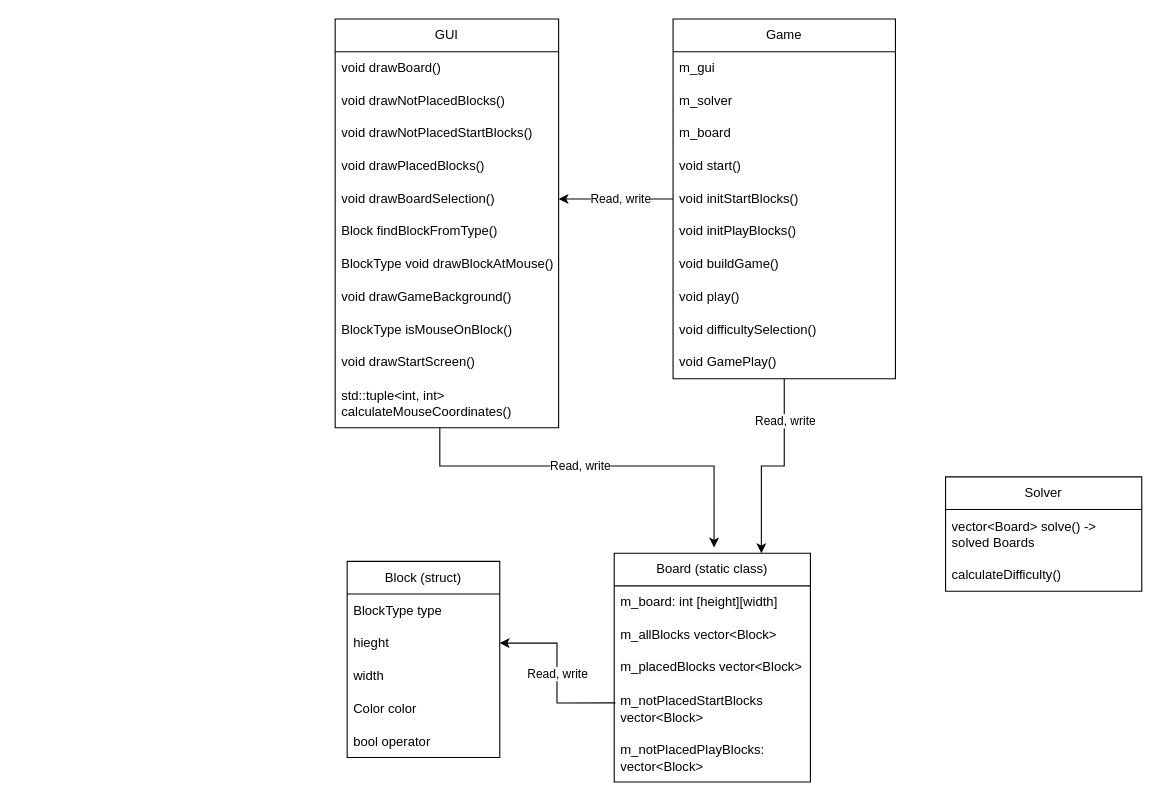
This is UML-Diagramm.drawio from philippgehrig/Mondrian-Blocks, a draw.io file, before an edit. Source tidied: cells renumbered, new cells numbered last; positions are measured from the earlier drawing's top-left corner, leaving out a move shared by most shapes. Both pictures are drawn from the tidied source at 109%, with x=0, y=0 at pixel (335, 19).
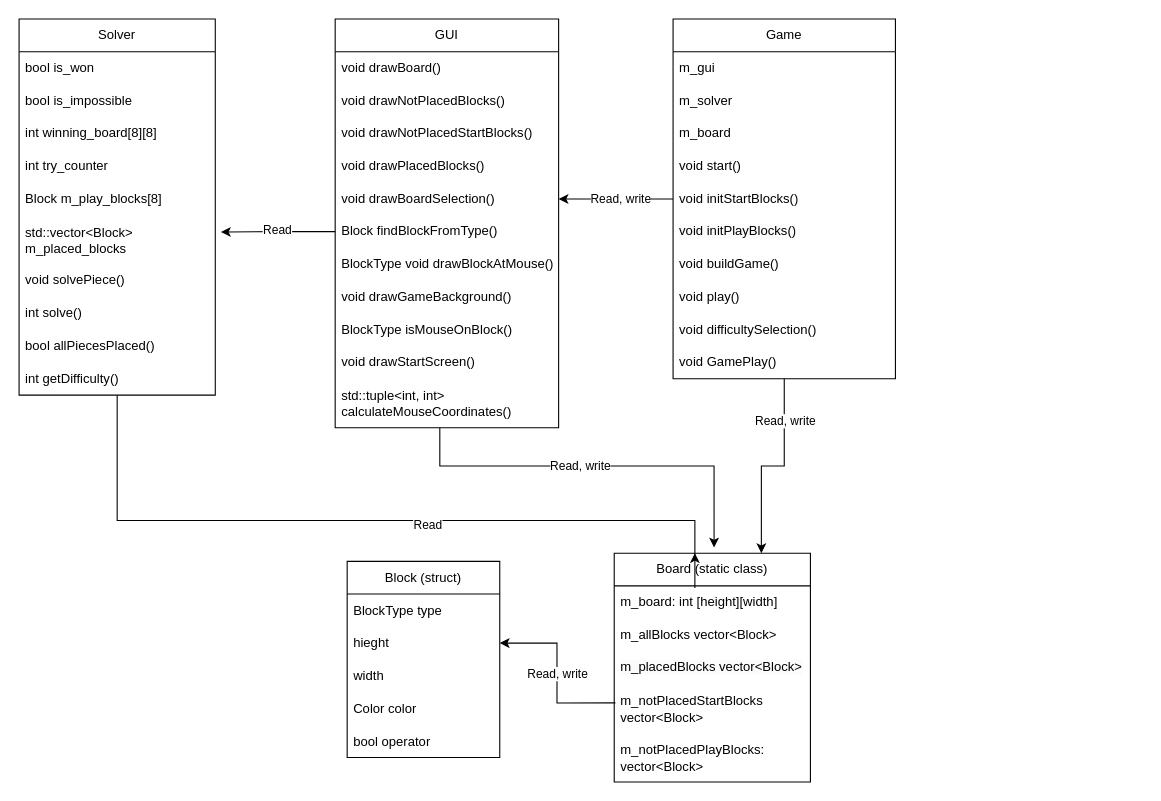
Above is the later version.

Unchanged cells that the change refers to:
```xml
<mxCell id="37" value="Block&amp;nbsp;findBlockFromType()" style="text;strokeColor=none;fillColor=none;align=left;verticalAlign=middle;spacingLeft=4;spacingRight=4;overflow=hidden;points=[[0,0.5],[1,0.5]];portConstraint=eastwest;whiteSpace=wrap;html=1;" parent="31" vertex="1">
  <mxGeometry y="180" width="205" height="30" as="geometry" />
</mxCell>
```

The edit, as a diff of the source:
```diff
@@
     <mxCell id="43" value="Solver" style="swimlane;fontStyle=0;horizontal=1;startSize=30;whiteSpace=wrap;html=1;" parent="1" vertex="1">
-      <mxGeometry x="560" y="420" width="180" height="105" as="geometry" />
+      <mxGeometry x="-290" width="180" height="345" as="geometry" />
     </mxCell>
-    <mxCell id="44" value="vector&amp;lt;Board&amp;gt; solve() -&amp;gt; solved Boards" style="text;strokeColor=none;fillColor=none;align=left;verticalAlign=middle;spacingLeft=4;spacingRight=4;overflow=hidden;whiteSpace=wrap;html=1;" parent="43" vertex="1">
-      <mxGeometry y="30" width="180" height="45" as="geometry" />
+    <mxCell id="44" value="bool is_won" style="text;strokeColor=none;fillColor=none;align=left;verticalAlign=middle;spacingLeft=4;spacingRight=4;overflow=hidden;whiteSpace=wrap;html=1;" parent="43" vertex="1">
+      <mxGeometry y="30" width="180" height="30" as="geometry" />
     </mxCell>
-    <mxCell id="45" value="calculateDifficulty()" style="text;strokeColor=none;fillColor=none;align=left;verticalAlign=middle;spacingLeft=4;spacingRight=4;overflow=hidden;whiteSpace=wrap;html=1;" parent="43" vertex="1">
-      <mxGeometry y="75" width="180" height="30" as="geometry" />
+    <mxCell id="45" value="bool is_impossible" style="text;strokeColor=none;fillColor=none;align=left;verticalAlign=middle;spacingLeft=4;spacingRight=4;overflow=hidden;whiteSpace=wrap;html=1;" parent="43" vertex="1">
+      <mxGeometry y="60" width="180" height="30" as="geometry" />
     </mxCell>
+    <mxCell id="48" value="int winning_board[8][8]" style="text;strokeColor=none;fillColor=none;align=left;verticalAlign=middle;spacingLeft=4;spacingRight=4;overflow=hidden;whiteSpace=wrap;html=1;" parent="43" vertex="1">
+      <mxGeometry y="90" width="180" height="30" as="geometry" />
+    </mxCell>
+    <mxCell id="49" value="int try_counter" style="text;strokeColor=none;fillColor=none;align=left;verticalAlign=middle;spacingLeft=4;spacingRight=4;overflow=hidden;whiteSpace=wrap;html=1;" parent="43" vertex="1">
+      <mxGeometry y="120" width="180" height="30" as="geometry" />
+    </mxCell>
+    <mxCell id="50" value="Block m_play_blocks[8]" style="text;strokeColor=none;fillColor=none;align=left;verticalAlign=middle;spacingLeft=4;spacingRight=4;overflow=hidden;whiteSpace=wrap;html=1;" parent="43" vertex="1">
+      <mxGeometry y="150" width="180" height="30" as="geometry" />
+    </mxCell>
+    <mxCell id="51" value="std::vector&amp;lt;Block&amp;gt; m_placed_blocks" style="text;strokeColor=none;fillColor=none;align=left;verticalAlign=middle;spacingLeft=4;spacingRight=4;overflow=hidden;points=[[0,0.5],[1,0.5]];portConstraint=eastwest;whiteSpace=wrap;html=1;" parent="43" vertex="1">
+      <mxGeometry y="180" width="180" height="45" as="geometry" />
+    </mxCell>
+    <mxCell id="52" value="void solvePiece()" style="text;strokeColor=none;fillColor=none;align=left;verticalAlign=middle;spacingLeft=4;spacingRight=4;overflow=hidden;whiteSpace=wrap;html=1;" parent="43" vertex="1">
+      <mxGeometry y="225" width="180" height="30" as="geometry" />
+    </mxCell>
+    <mxCell id="53" value="int solve()" style="text;strokeColor=none;fillColor=none;align=left;verticalAlign=middle;spacingLeft=4;spacingRight=4;overflow=hidden;whiteSpace=wrap;html=1;" parent="43" vertex="1">
+      <mxGeometry y="255" width="180" height="30" as="geometry" />
+    </mxCell>
+    <mxCell id="54" value="bool allPiecesPlaced()" style="text;strokeColor=none;fillColor=none;align=left;verticalAlign=middle;spacingLeft=4;spacingRight=4;overflow=hidden;whiteSpace=wrap;html=1;" parent="43" vertex="1">
+      <mxGeometry y="285" width="180" height="30" as="geometry" />
+    </mxCell>
+    <mxCell id="55" value="int getDifficulty()" style="text;strokeColor=none;fillColor=none;align=left;verticalAlign=middle;spacingLeft=4;spacingRight=4;overflow=hidden;points=[[0,0.5],[1,0.5]];portConstraint=eastwest;whiteSpace=wrap;html=1;" parent="43" vertex="1">
+      <mxGeometry y="315" width="180" height="30" as="geometry" />
+    </mxCell>
@@
+    <mxCell id="56" style="edgeStyle=orthogonalEdgeStyle;rounded=0;jettySize=auto;html=1;entryX=1.029;entryY=0.343;entryDx=0;entryDy=0;entryPerimeter=0;" parent="1" edge="1" source="37" target="51">
+      <mxGeometry relative="1" as="geometry" />
+    </mxCell>
+    <mxCell id="57" value="Read" style="edgeLabel;html=1;align=center;verticalAlign=middle;" parent="56" vertex="1">
+      <mxGeometry x="-0.03" y="-2" relative="1" as="geometry">
+        <mxPoint x="-3" as="offset" />
+      </mxGeometry>
+    </mxCell>
+    <mxCell id="58" style="edgeStyle=orthogonalEdgeStyle;rounded=0;jettySize=auto;html=1;" parent="1" edge="1" source="55">
+      <mxGeometry relative="1" as="geometry">
+        <mxPoint x="330" y="490" as="targetPoint" />
+        <Array as="points">
+          <mxPoint x="-200" y="460" />
+          <mxPoint x="330" y="460" />
+          <mxPoint x="330" y="522" />
+        </Array>
+      </mxGeometry>
+    </mxCell>
+    <mxCell id="59" value="Read" style="edgeLabel;html=1;align=center;verticalAlign=middle;" parent="58" vertex="1">
+      <mxGeometry x="0.08" y="-3" relative="1" as="geometry" />
+    </mxCell>
```
